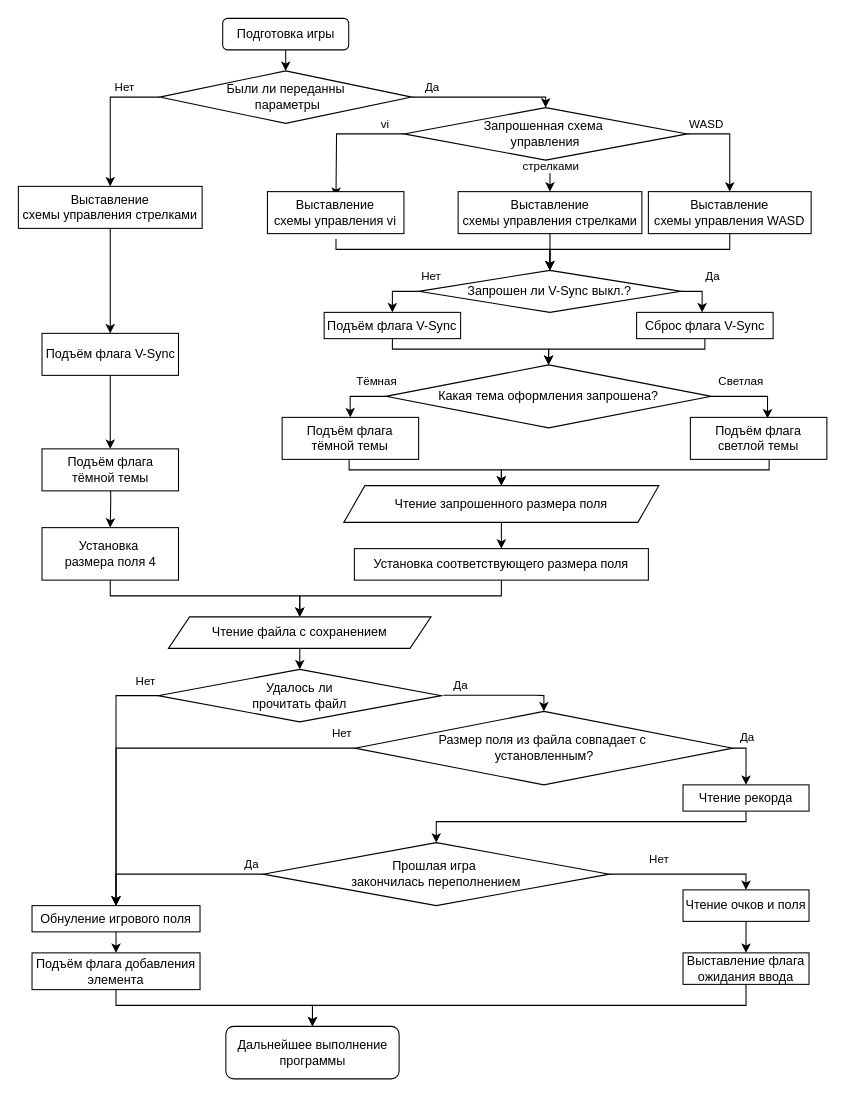
This is report/Установка параметров.drawio from zhigunovsemyon/2048, a draw.io file, before an edit. Source tidied: cells renumbered, new cells numbered last; positions are measured from the earlier drawing's top-left corner, leaving out a move shared by most shapes. Both pictures are drawn from the tidied source at 105%, with x=0, y=0 at pixel (18, 18).
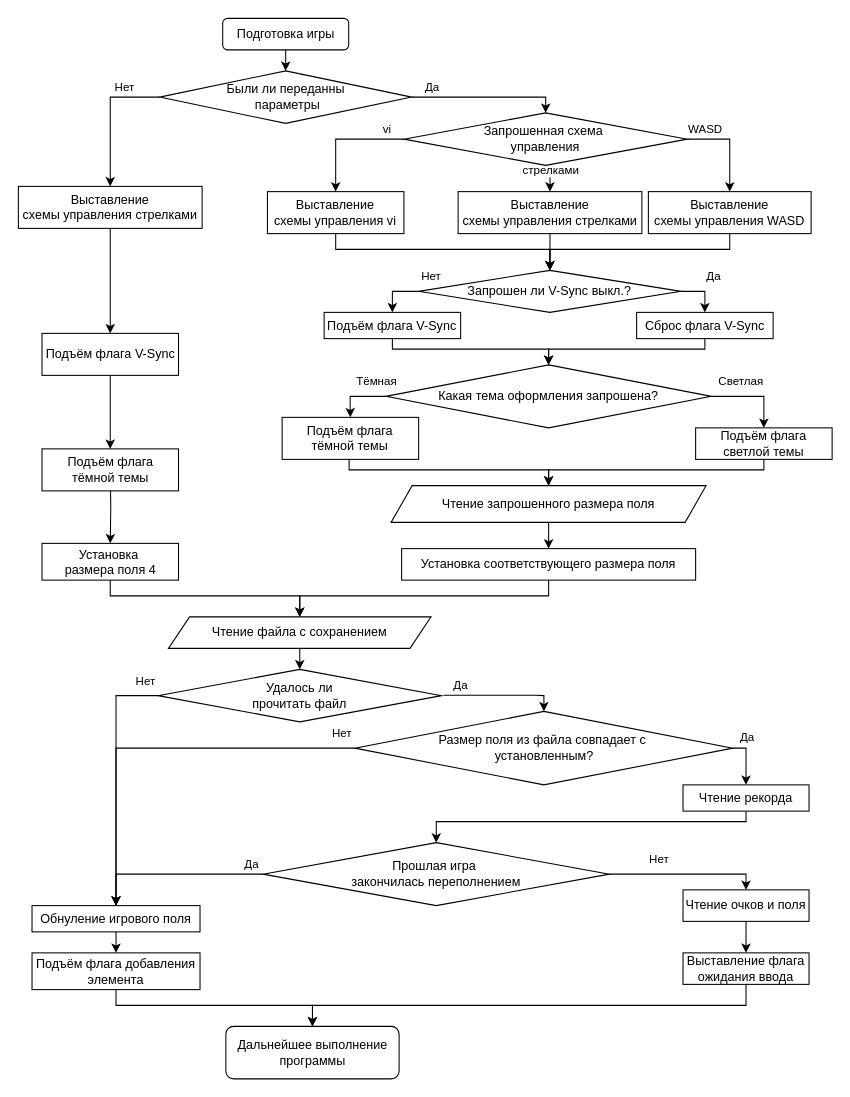
The same diagram, later.

Unchanged cells that the change refers to:
```xml
<mxCell id="13" value="&lt;div&gt;Выставление&lt;/div&gt;&lt;div&gt;схемы управления vi&lt;br&gt;&lt;/div&gt;" style="rounded=0;whiteSpace=wrap;html=1;" parent="1" vertex="1">
  <mxGeometry x="237.2" y="165" width="130" height="40" as="geometry" />
</mxCell>
<mxCell id="22" value="&lt;div&gt;Запрошен ли V-Sync&lt;span style=&quot;background-color: initial;&quot;&gt;&amp;nbsp;выкл.?&lt;/span&gt;&lt;/div&gt;" style="rhombus;whiteSpace=wrap;html=1;" parent="1" vertex="1">
  <mxGeometry x="381.2" y="240" width="250" height="40" as="geometry" />
</mxCell>
<mxCell id="26" value="Сброс флага V-Sync" style="rounded=0;whiteSpace=wrap;html=1;" parent="1" vertex="1">
  <mxGeometry x="588.8" y="280" width="130" height="25" as="geometry" />
</mxCell>
<mxCell id="31" value="&lt;div&gt;Какая тема оформления&amp;nbsp;&lt;span style=&quot;background-color: initial;&quot;&gt;запрошена?&lt;/span&gt;&lt;/div&gt;" style="rhombus;whiteSpace=wrap;html=1;" parent="1" vertex="1">
  <mxGeometry x="350" y="330" width="310" height="60" as="geometry" />
</mxCell>
<mxCell id="33" value="&lt;div&gt;Подъём флага&lt;/div&gt;&lt;div&gt;тёмной темы&lt;br&gt;&lt;/div&gt;" style="rounded=0;whiteSpace=wrap;html=1;" parent="1" vertex="1">
  <mxGeometry x="251.2" y="380" width="130" height="40" as="geometry" />
</mxCell>
<mxCell id="45" value="&lt;div&gt;Чтение файла с сохранением&lt;br&gt;&lt;/div&gt;" style="shape=parallelogram;perimeter=parallelogramPerimeter;whiteSpace=wrap;html=1;fixedSize=1;" parent="1" vertex="1">
  <mxGeometry x="143" y="570" width="250" height="30" as="geometry" />
</mxCell>
```

What changed in the source:
```diff
@@
-    <mxCell id="5" style="edgeStyle=orthogonalEdgeStyle;rounded=0;jettySize=auto;html=1;exitX=0;exitY=0.5;exitDx=0;exitDy=0;entryX=0.5;entryY=0;entryDx=0;entryDy=0;" parent="1" edge="1" source="11">
-      <mxGeometry relative="1" as="geometry">
-        <mxPoint x="302.5" y="170" as="targetPoint" />
-      </mxGeometry>
+    <mxCell id="5" style="edgeStyle=orthogonalEdgeStyle;rounded=0;jettySize=auto;html=1;exitX=0;exitY=0.5;exitDx=0;exitDy=0;entryX=0.5;entryY=0;entryDx=0;entryDy=0;" parent="1" edge="1" source="11" target="13">
+      <mxGeometry relative="1" as="geometry" />
     </mxCell>
@@
     <mxCell id="11" value="&lt;div&gt;Запрошенная схема&amp;nbsp;&lt;/div&gt;&lt;div&gt;управления&lt;/div&gt;" style="rhombus;whiteSpace=wrap;html=1;" parent="1" vertex="1">
-      <mxGeometry x="367.2" y="85" width="270" height="50" as="geometry" />
+      <mxGeometry x="367.2" y="90" width="270" height="50" as="geometry" />
     </mxCell>
-    <mxCell id="12" style="edgeStyle=orthogonalEdgeStyle;rounded=0;jettySize=auto;html=1;exitX=0.5;exitY=1;exitDx=0;exitDy=0;entryX=0.5;entryY=0;entryDx=0;entryDy=0;" parent="1" edge="1" target="22">
+    <mxCell id="12" style="edgeStyle=orthogonalEdgeStyle;rounded=0;jettySize=auto;html=1;exitX=0.5;exitY=1;exitDx=0;exitDy=0;entryX=0.5;entryY=0;entryDx=0;entryDy=0;" parent="1" edge="1" source="13" target="22">
       <mxGeometry relative="1" as="geometry">
-        <mxPoint x="302.5" y="210" as="sourcePoint" />
         <Array as="points">
-          <mxPoint x="303" y="220" />
+          <mxPoint x="302" y="220" />
           <mxPoint x="506" y="220" />
           <mxPoint x="506" y="240" />
         </Array>
       </mxGeometry>
     </mxCell>
@@
-    <mxCell id="29" style="edgeStyle=orthogonalEdgeStyle;rounded=0;jettySize=auto;html=1;exitX=1;exitY=0.5;exitDx=0;exitDy=0;" parent="1" edge="1" source="22" target="26">
+    <mxCell id="29" style="edgeStyle=orthogonalEdgeStyle;rounded=0;jettySize=auto;html=1;exitX=1;exitY=0.5;exitDx=0;exitDy=0;entryX=0.5;entryY=0;entryDx=0;entryDy=0;" parent="1" edge="1" source="22" target="26">
       <mxGeometry relative="1" as="geometry">
         <Array as="points">
-          <mxPoint x="651.2" y="260" />
+          <mxPoint x="654" y="260" />
+          <mxPoint x="654" y="280" />
         </Array>
       </mxGeometry>
     </mxCell>
@@
     <mxCell id="32" style="edgeStyle=orthogonalEdgeStyle;rounded=0;jettySize=auto;html=1;exitX=0.5;exitY=1;exitDx=0;exitDy=0;entryX=0.5;entryY=0;entryDx=0;entryDy=0;" parent="1" edge="1" source="33" target="41">
       <mxGeometry relative="1" as="geometry">
         <Array as="points">
           <mxPoint x="315" y="420" />
           <mxPoint x="315" y="430" />
-          <mxPoint x="460" y="430" />
+          <mxPoint x="505" y="430" />
         </Array>
       </mxGeometry>
     </mxCell>
@@
     <mxCell id="34" style="edgeStyle=orthogonalEdgeStyle;rounded=0;jettySize=auto;html=1;exitX=0.5;exitY=1;exitDx=0;exitDy=0;entryX=0.5;entryY=0;entryDx=0;entryDy=0;" parent="1" edge="1" source="35" target="41">
       <mxGeometry relative="1" as="geometry">
         <Array as="points">
-          <mxPoint x="715" y="420" />
-          <mxPoint x="715" y="430" />
-          <mxPoint x="460" y="430" />
+          <mxPoint x="710" y="430" />
+          <mxPoint x="505" y="430" />
         </Array>
       </mxGeometry>
     </mxCell>
     <mxCell id="35" value="&lt;div&gt;Подъём флага&lt;/div&gt;&lt;div&gt;светлой темы&lt;br&gt;&lt;/div&gt;" style="rounded=0;whiteSpace=wrap;html=1;" parent="1" vertex="1">
-      <mxGeometry x="640" y="380" width="130" height="40" as="geometry" />
+      <mxGeometry x="645" y="390" width="130" height="30" as="geometry" />
     </mxCell>
@@
-    <mxCell id="38" style="edgeStyle=orthogonalEdgeStyle;rounded=0;jettySize=auto;html=1;entryX=0.565;entryY=0.025;entryDx=0;entryDy=0;entryPerimeter=0;exitX=1;exitY=0.5;exitDx=0;exitDy=0;" parent="1" edge="1" source="31" target="35">
+    <mxCell id="38" style="edgeStyle=orthogonalEdgeStyle;rounded=0;jettySize=auto;html=1;entryX=0.5;entryY=0;entryDx=0;entryDy=0;exitX=1;exitY=0.5;exitDx=0;exitDy=0;" parent="1" edge="1" source="31" target="35">
       <mxGeometry relative="1" as="geometry" />
     </mxCell>
@@
-    <mxCell id="40" style="edgeStyle=orthogonalEdgeStyle;rounded=0;jettySize=auto;html=1;exitX=0.5;exitY=1;exitDx=0;exitDy=0;entryX=0.5;entryY=0;entryDx=0;entryDy=0;" parent="1" edge="1" source="41" target="43">
+    <mxCell id="40" style="edgeStyle=orthogonalEdgeStyle;rounded=0;jettySize=auto;html=1;entryX=0.5;entryY=0;entryDx=0;entryDy=0;exitX=0.5;exitY=1;exitDx=0;exitDy=0;" parent="1" edge="1" source="41" target="43">
       <mxGeometry relative="1" as="geometry" />
     </mxCell>
     <mxCell id="41" value="Чтение запрошенного размера поля" style="shape=parallelogram;perimeter=parallelogramPerimeter;whiteSpace=wrap;html=1;fixedSize=1;" parent="1" vertex="1">
-      <mxGeometry x="310" y="445" width="300" height="35" as="geometry" />
+      <mxGeometry x="355" y="445" width="300" height="35" as="geometry" />
     </mxCell>
     <mxCell id="42" style="edgeStyle=orthogonalEdgeStyle;rounded=0;jettySize=auto;html=1;exitX=0.5;exitY=1;exitDx=0;exitDy=0;entryX=0.5;entryY=0;entryDx=0;entryDy=0;" parent="1" edge="1" source="43" target="45">
       <mxGeometry relative="1" as="geometry">
         <Array as="points">
-          <mxPoint x="460" y="550" />
+          <mxPoint x="505" y="550" />
           <mxPoint x="268" y="550" />
         </Array>
       </mxGeometry>
     </mxCell>
     <mxCell id="43" value="Установка соответствующего размера поля" style="rounded=0;whiteSpace=wrap;html=1;" parent="1" vertex="1">
-      <mxGeometry x="320" y="505" width="280" height="30" as="geometry" />
+      <mxGeometry x="365" y="505" width="280" height="30" as="geometry" />
     </mxCell>
@@
     <mxCell id="54" value="&lt;div&gt;Установка&amp;nbsp;&lt;/div&gt;&lt;div&gt;размера поля 4&lt;/div&gt;" style="rounded=0;whiteSpace=wrap;html=1;" parent="1" vertex="1">
-      <mxGeometry x="22.5" y="485" width="130" height="50" as="geometry" />
+      <mxGeometry x="22.5" y="500" width="130" height="35" as="geometry" />
     </mxCell>
```
